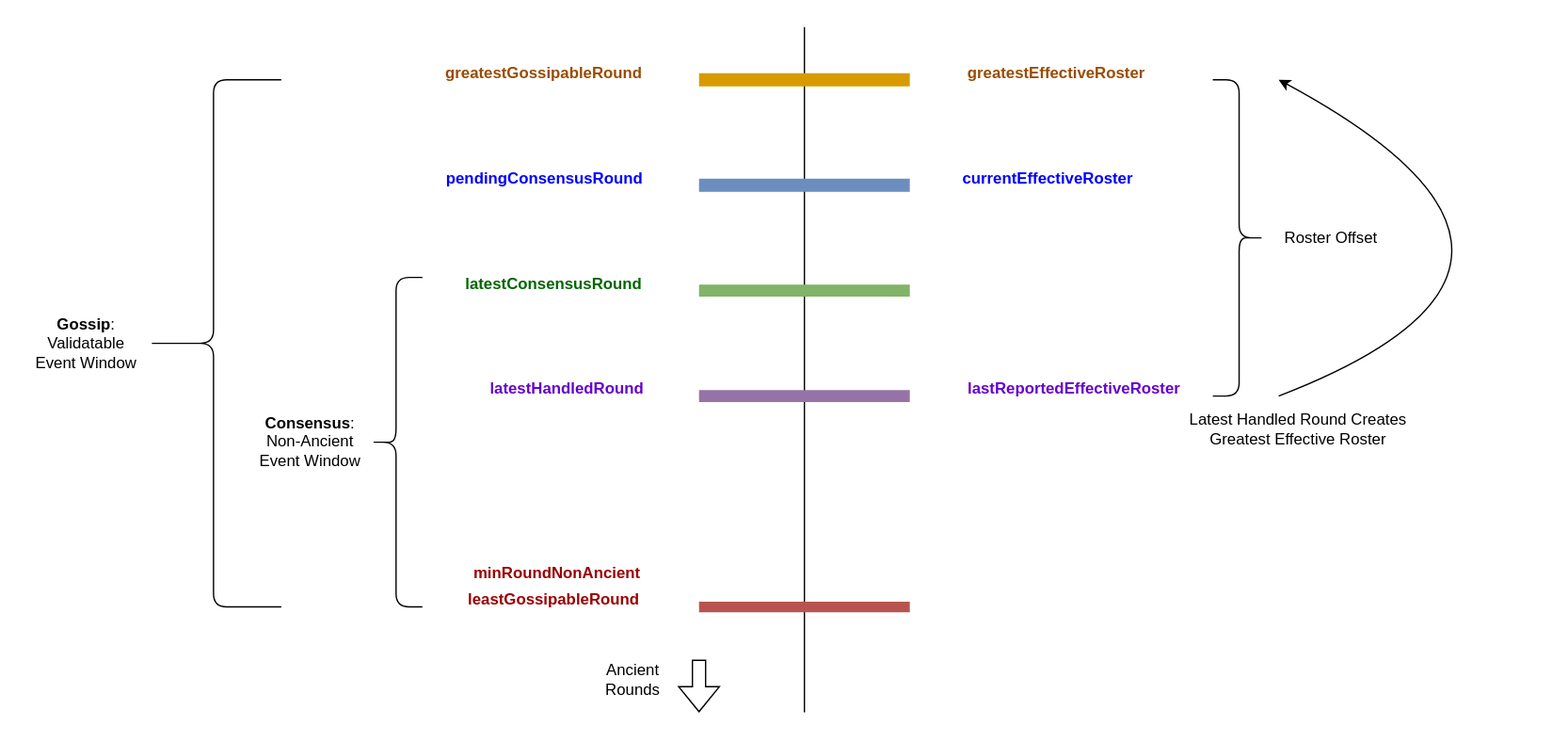
Above: platform-sdk/docs/core/dynamic-address-book/roster/EventWindowTerminology.drawio.svg in hashgraph/hedera-services (draw.io), before the change. Source tidied: cells renumbered, new cells last; positions are measured from the earlier drawing's top-left corner, leaving out a move shared by most shapes.
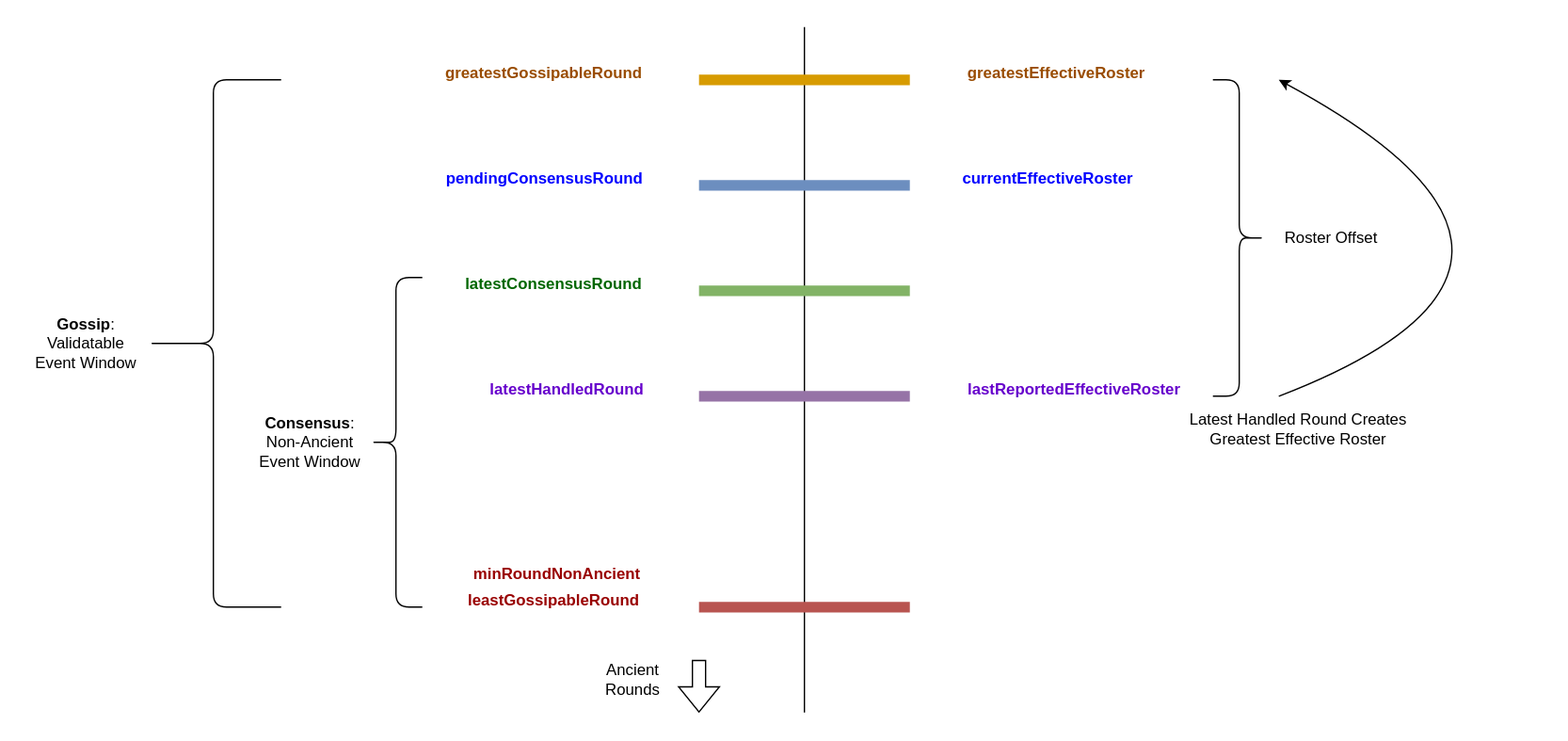
The same diagram one commit later.

Commit message:
unify round line point value.

Change to the diagram source:
```diff
@@ -20,7 +20,7 @@
         <mxPoint x="510" y="440" as="targetPoint" />
       </mxGeometry>
     </mxCell>
-    <mxCell id="6" style="endArrow=none;html=1;rounded=0;fontStyle=1;fillColor=#d5e8d4;strokeColor=#82b366;strokeWidth=9;" parent="1" edge="1">
+    <mxCell id="6" style="endArrow=none;html=1;rounded=0;fontStyle=1;fillColor=#d5e8d4;strokeColor=#82b366;strokeWidth=8;" parent="1" edge="1">
       <mxGeometry relative="1" as="geometry">
         <mxPoint x="510" y="200" as="sourcePoint" />
         <mxPoint x="670" y="200" as="targetPoint" />
@@ -32,7 +32,7 @@
     <mxCell id="8" value="&lt;font color=&quot;#006600&quot;&gt;&lt;b&gt;latestConsensusRound&lt;/b&gt;&lt;/font&gt;" style="text;html=1;strokeColor=none;fillColor=none;align=center;verticalAlign=middle;whiteSpace=wrap;rounded=0;" parent="1" vertex="1">
       <mxGeometry x="330" y="180" width="140" height="30" as="geometry" />
     </mxCell>
-    <mxCell id="9" style="endArrow=none;html=1;rounded=0;fontStyle=1;fillColor=#dae8fc;strokeColor=#6c8ebf;strokeWidth=10;" parent="1" edge="1">
+    <mxCell id="9" style="endArrow=none;html=1;rounded=0;fontStyle=1;fillColor=#dae8fc;strokeColor=#6c8ebf;strokeWidth=8;" parent="1" edge="1">
       <mxGeometry relative="1" as="geometry">
         <mxPoint x="510" y="120" as="sourcePoint" />
         <mxPoint x="670" y="120" as="targetPoint" />
@@ -50,7 +50,7 @@
     <mxCell id="12" value="Ancient Rounds" style="text;html=1;strokeColor=none;fillColor=none;align=center;verticalAlign=middle;whiteSpace=wrap;rounded=0;" parent="1" vertex="1">
       <mxGeometry x="430" y="480" width="60" height="30" as="geometry" />
     </mxCell>
-    <mxCell id="13" style="endArrow=none;html=1;rounded=0;fontStyle=1;fillColor=#e1d5e7;strokeColor=#9673a6;strokeWidth=9;" parent="1" edge="1">
+    <mxCell id="13" style="endArrow=none;html=1;rounded=0;fontStyle=1;fillColor=#e1d5e7;strokeColor=#9673a6;strokeWidth=8;" parent="1" edge="1">
       <mxGeometry relative="1" as="geometry">
         <mxPoint x="510" y="280" as="sourcePoint" />
         <mxPoint x="670" y="280" as="targetPoint" />
@@ -59,7 +59,7 @@
     <mxCell id="14" value="&lt;font color=&quot;#6600cc&quot;&gt;&lt;b&gt;latestHandledRound&lt;/b&gt;&lt;/font&gt;" style="text;html=1;strokeColor=none;fillColor=none;align=center;verticalAlign=middle;whiteSpace=wrap;rounded=0;" parent="1" vertex="1">
       <mxGeometry x="380" y="260" width="60" height="30" as="geometry" />
     </mxCell>
-    <mxCell id="15" style="endArrow=none;html=1;rounded=0;fontStyle=1;fillColor=#ffe6cc;strokeColor=#d79b00;strokeWidth=10;" parent="1" edge="1">
+    <mxCell id="15" style="endArrow=none;html=1;rounded=0;fontStyle=1;fillColor=#ffe6cc;strokeColor=#d79b00;strokeWidth=8;" parent="1" edge="1">
       <mxGeometry relative="1" as="geometry">
         <mxPoint x="510" y="40" as="sourcePoint" />
         <mxPoint x="670" y="40" as="targetPoint" />
```
